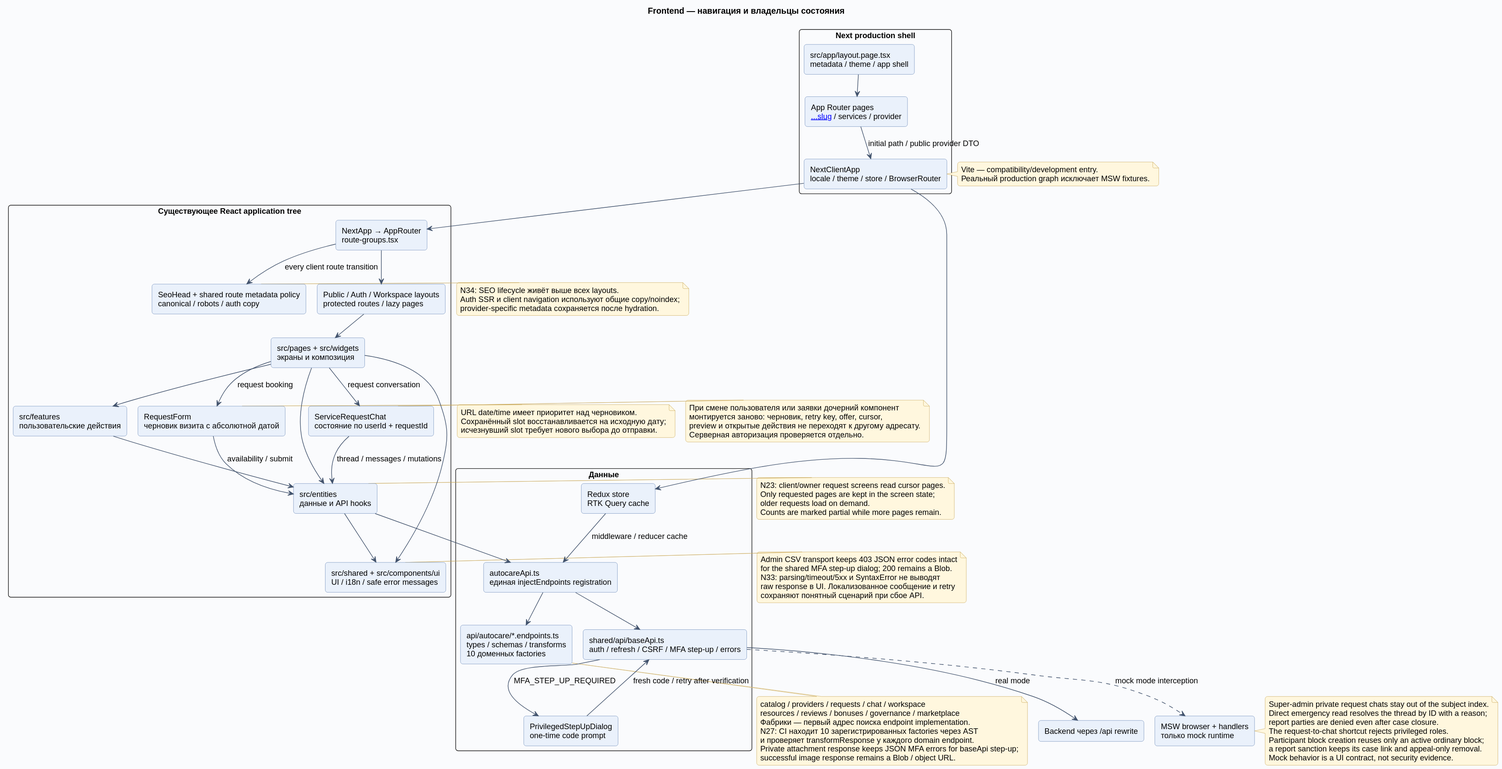
This is docs/diagrams/rendered/03-frontend.svg from Dima163163/auto-care-hub, a PlantUML export, as it was before one commit.
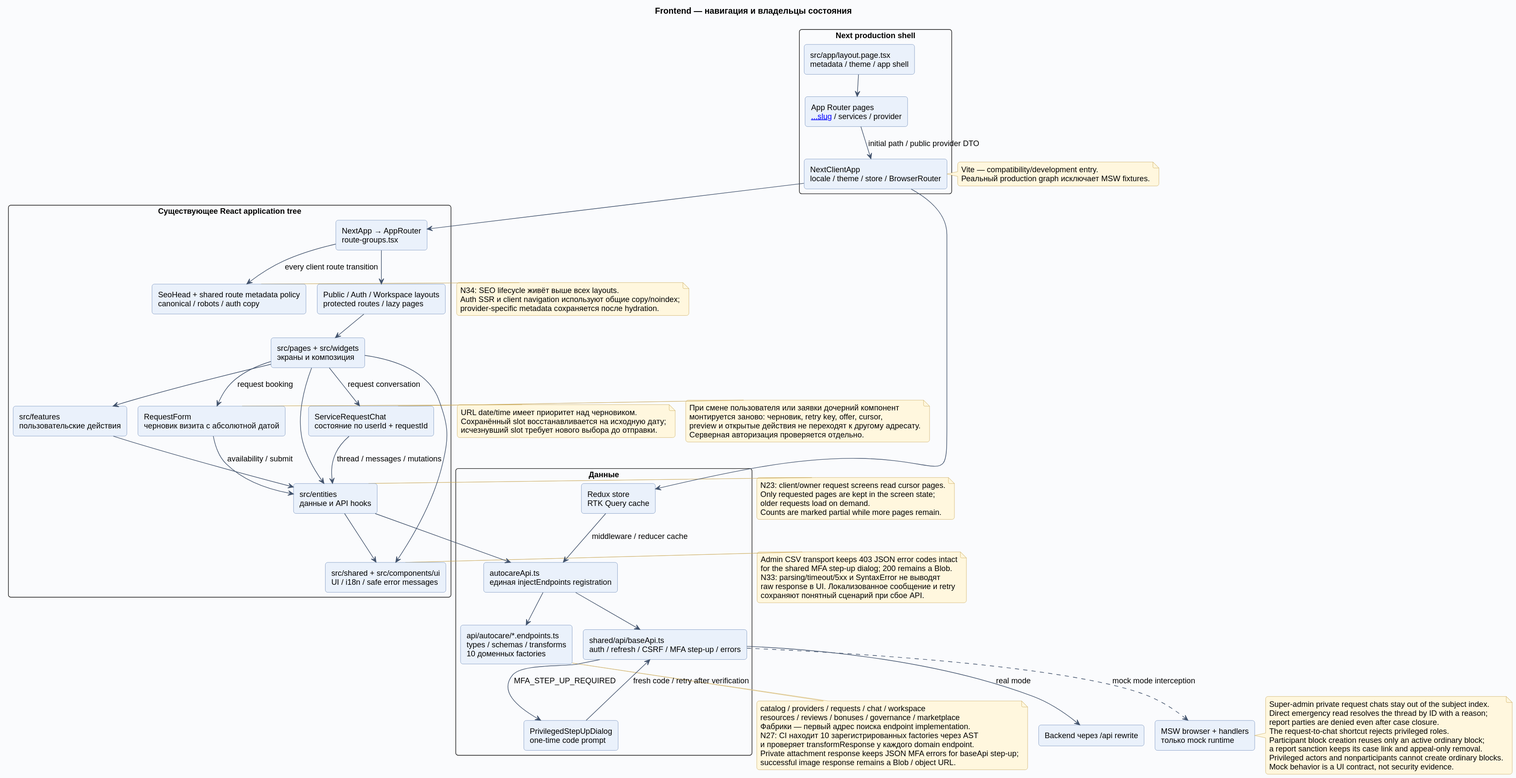
After the change.

The edit, as a diff of the source:
```diff
@@ -58,6 +58,7 @@
   The request-to-chat shortcut rejects privileged roles.
   Participant block creation reuses only an active ordinary block;
   a report sanction keeps its case link and appeal-only removal.
+  Privileged actors and nonparticipants cannot create ordinary blocks.
   Mock behavior is a UI contract, not security evidence.
 end note
 note bottom of Factories
```
